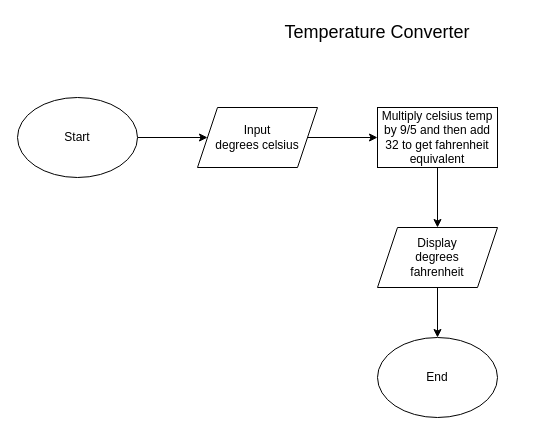
darioGerussi/exploration keeps this draw.io diagram as Python/Fundamentals/1. Simple Calculators/8. Temperature Converter/tempConverterFlowchart.drawio. Above is the earlier version. Source tidied: cells renumbered, new cells numbered last; positions are measured from the earlier drawing's top-left corner, leaving out a move shared by most shapes. Both pictures are drawn from the tidied source at 100%, with x=0, y=0 at pixel (17, 17).
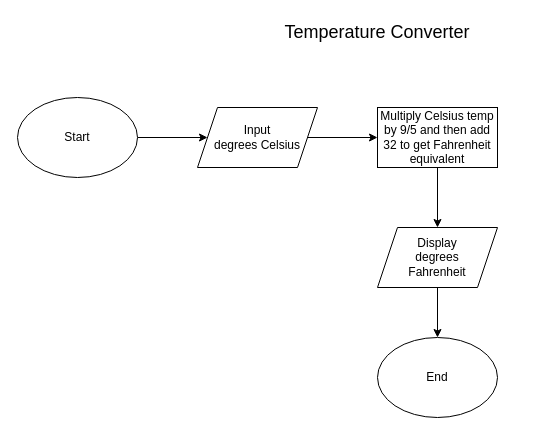
After the change.

The edit, as a diff of the source:
```diff
@@
 <mxGraphModel>
   <root>
     <mxCell id="0" />
     <mxCell id="1" parent="0" />
     <mxCell id="2" style="edgeStyle=none;html=1;entryX=0;entryY=0.5;entryDx=0;entryDy=0;" parent="1" edge="1" source="3" target="5">
       <mxGeometry relative="1" as="geometry" />
     </mxCell>
     <mxCell id="3" value="Start" style="ellipse;whiteSpace=wrap;html=1;" parent="1" vertex="1">
       <mxGeometry y="80" width="120" height="80" as="geometry" />
     </mxCell>
     <mxCell id="4" style="edgeStyle=none;html=1;entryX=0;entryY=0.5;entryDx=0;entryDy=0;" parent="1" edge="1" source="5" target="7">
       <mxGeometry relative="1" as="geometry" />
     </mxCell>
-    <mxCell id="5" value="Input&lt;br&gt;degrees celsius" style="shape=parallelogram;perimeter=parallelogramPerimeter;whiteSpace=wrap;html=1;fixedSize=1;" parent="1" vertex="1">
+    <mxCell id="5" value="Input&lt;br&gt;degrees Celsius" style="shape=parallelogram;perimeter=parallelogramPerimeter;whiteSpace=wrap;html=1;fixedSize=1;" parent="1" vertex="1">
       <mxGeometry x="180" y="90" width="120" height="60" as="geometry" />
     </mxCell>
     <mxCell id="6" style="edgeStyle=none;html=1;entryX=0.5;entryY=0;entryDx=0;entryDy=0;" parent="1" edge="1" source="7" target="9">
       <mxGeometry relative="1" as="geometry" />
     </mxCell>
-    <mxCell id="7" value="Multiply celsius temp by 9/5 and then add 32 to get fahrenheit equivalent" style="rounded=0;whiteSpace=wrap;html=1;" parent="1" vertex="1">
+    <mxCell id="7" value="Multiply Celsius temp by 9/5 and then add 32 to get Fahrenheit equivalent" style="rounded=0;whiteSpace=wrap;html=1;" parent="1" vertex="1">
       <mxGeometry x="360" y="90" width="120" height="60" as="geometry" />
     </mxCell>
     <mxCell id="8" style="edgeStyle=none;html=1;entryX=0.5;entryY=0;entryDx=0;entryDy=0;" parent="1" edge="1" source="9" target="10">
       <mxGeometry relative="1" as="geometry" />
     </mxCell>
-    <mxCell id="9" value="Display&lt;br&gt;degrees&lt;br&gt;fahrenheit" style="shape=parallelogram;perimeter=parallelogramPerimeter;whiteSpace=wrap;html=1;fixedSize=1;" parent="1" vertex="1">
+    <mxCell id="9" value="Display&lt;br&gt;degrees&lt;br&gt;Fahrenheit" style="shape=parallelogram;perimeter=parallelogramPerimeter;whiteSpace=wrap;html=1;fixedSize=1;" parent="1" vertex="1">
       <mxGeometry x="360" y="210" width="120" height="60" as="geometry" />
     </mxCell>
     <mxCell id="10" value="End" style="ellipse;whiteSpace=wrap;html=1;" parent="1" vertex="1">
       <mxGeometry x="360" y="320" width="120" height="80" as="geometry" />
     </mxCell>
     <mxCell id="11" value="&lt;font style=&quot;font-size: 18px&quot;&gt;Temperature Converter&lt;/font&gt;" style="text;html=1;strokeColor=none;fillColor=none;align=center;verticalAlign=middle;whiteSpace=wrap;rounded=0;" parent="1" vertex="1">
       <mxGeometry x="200" width="320" height="30" as="geometry" />
     </mxCell>
   </root>
 </mxGraphModel>
```
